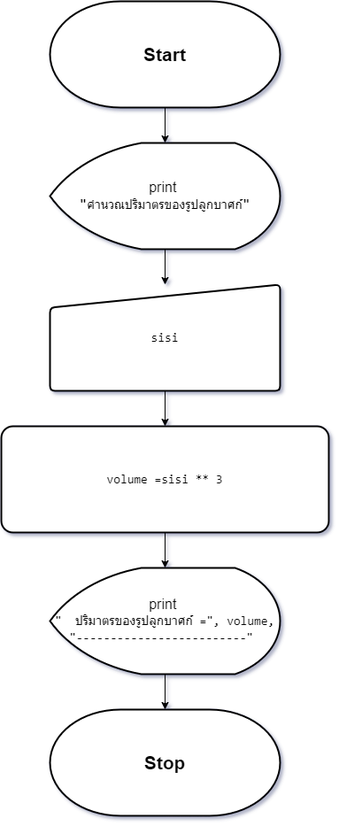
This is asset/F_png_file/sp_6.drawio.png from TeaplusSsuwan/Geometric_computation, a draw.io export, as it was before one commit. Source tidied: cells renumbered, new cells last; positions are measured from the earlier drawing's top-left corner, leaving out a move shared by most shapes.
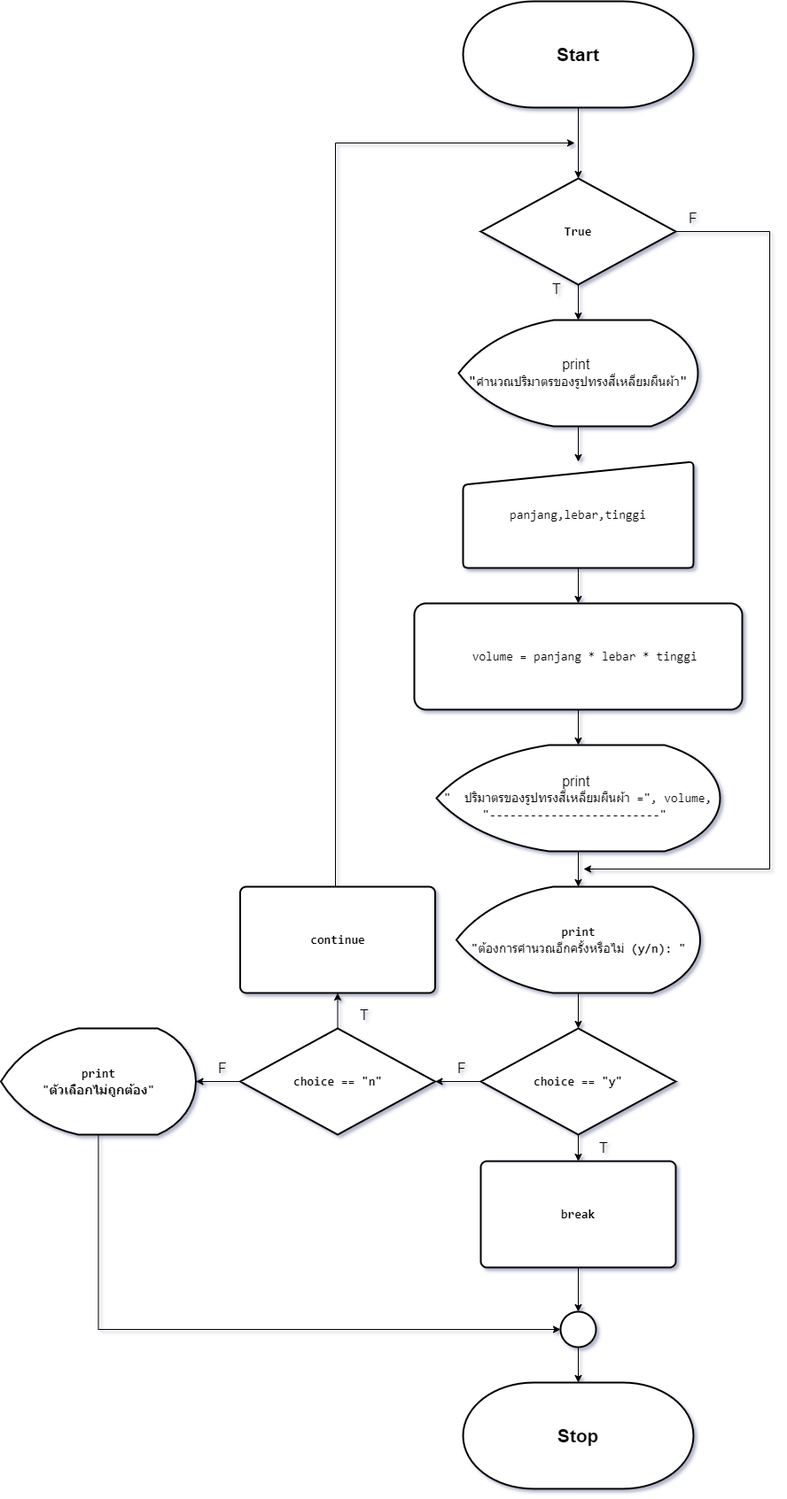
Above is the later version.

Diff of the diagram source:
```diff
@@ -2,38 +2,128 @@
   <root>
     <mxCell id="0" />
     <mxCell id="1" parent="0" />
+    <mxCell id="13" style="edgeStyle=orthogonalEdgeStyle;rounded=0;jettySize=auto;html=1;" parent="1" edge="1" source="2" target="16">
+      <mxGeometry relative="1" as="geometry" />
+    </mxCell>
     <mxCell id="2" value="&lt;font style=&quot;font-size: 21px;&quot;&gt;&lt;b&gt;Start&lt;/b&gt;&lt;/font&gt;" style="strokeWidth=2;html=1;shape=mxgraph.flowchart.terminator;whiteSpace=wrap;" parent="1" vertex="1">
       <mxGeometry x="55" width="260" height="120" as="geometry" />
     </mxCell>
     <mxCell id="3" style="edgeStyle=orthogonalEdgeStyle;rounded=0;jettySize=auto;html=1;entryX=0.5;entryY=0;entryDx=0;entryDy=0;" parent="1" edge="1" source="4" target="7">
       <mxGeometry relative="1" as="geometry" />
     </mxCell>
-    <mxCell id="4" value="&lt;font style=&quot;font-size: 16px;&quot;&gt;print&amp;nbsp;&lt;/font&gt;&lt;div&gt;&lt;span style=&quot;font-family: Consolas, &amp;quot;Courier New&amp;quot;, monospace; white-space: pre;&quot;&gt;&lt;font style=&quot;font-size: 16px;&quot;&gt;&quot;&lt;/font&gt;&lt;/span&gt;&lt;span style=&quot;font-family: Consolas, &amp;quot;Courier New&amp;quot;, monospace; font-size: 14px; white-space: pre;&quot;&gt;คำนวณปริมาตรของรูปลูกบาศก์&lt;/span&gt;&lt;span style=&quot;font-family: Consolas, &amp;quot;Courier New&amp;quot;, monospace; font-size: 16px; white-space: pre;&quot;&gt;&quot;&lt;/span&gt;&lt;br&gt;&lt;/div&gt;" style="strokeWidth=2;html=1;shape=mxgraph.flowchart.display;whiteSpace=wrap;" parent="1" vertex="1">
-      <mxGeometry x="55" y="160" width="260" height="120" as="geometry" />
+    <mxCell id="4" value="&lt;font style=&quot;font-size: 16px;&quot;&gt;print&amp;nbsp;&lt;/font&gt;&lt;div&gt;&lt;span style=&quot;font-family: Consolas, &amp;quot;Courier New&amp;quot;, monospace; white-space: pre;&quot;&gt;&lt;font style=&quot;font-size: 16px;&quot;&gt;&quot;&lt;/font&gt;&lt;/span&gt;&lt;span style=&quot;font-family: Consolas, &amp;quot;Courier New&amp;quot;, monospace; font-size: 14px; white-space: pre;&quot;&gt;คำนวณปริมาตรของรูปทรงสี่เหลี่ยมผืนผ้า&lt;/span&gt;&lt;span style=&quot;font-family: Consolas, &amp;quot;Courier New&amp;quot;, monospace; font-size: 16px; white-space: pre;&quot;&gt;&quot;&lt;/span&gt;&lt;br&gt;&lt;/div&gt;" style="strokeWidth=2;html=1;shape=mxgraph.flowchart.display;whiteSpace=wrap;" parent="1" vertex="1">
+      <mxGeometry x="50" y="360" width="270" height="120" as="geometry" />
     </mxCell>
-    <mxCell id="5" style="edgeStyle=orthogonalEdgeStyle;rounded=0;jettySize=auto;html=1;entryX=0.5;entryY=0;entryDx=0;entryDy=0;entryPerimeter=0;" parent="1" edge="1" source="2" target="4">
-      <mxGeometry relative="1" as="geometry" />
-    </mxCell>
     <mxCell id="6" style="edgeStyle=orthogonalEdgeStyle;rounded=0;jettySize=auto;html=1;" parent="1" edge="1" source="7" target="9">
       <mxGeometry relative="1" as="geometry" />
     </mxCell>
-    <mxCell id="7" value="&lt;div style=&quot;font-size: 16px;&quot;&gt;&lt;div style=&quot;font-family: Consolas, &amp;quot;Courier New&amp;quot;, monospace; font-size: 14px; line-height: 19px; white-space: pre;&quot;&gt;&lt;div style=&quot;line-height: 19px;&quot;&gt;&lt;div style=&quot;line-height: 19px;&quot;&gt;&lt;div style=&quot;line-height: 19px;&quot;&gt;&lt;div style=&quot;line-height: 19px;&quot;&gt;sisi&lt;/div&gt;&lt;/div&gt;&lt;/div&gt;&lt;/div&gt;&lt;/div&gt;&lt;/div&gt;" style="html=1;strokeWidth=2;shape=manualInput;whiteSpace=wrap;rounded=1;size=26;arcSize=11;" parent="1" vertex="1">
-      <mxGeometry x="55" y="320" width="260" height="120" as="geometry" />
+    <mxCell id="7" value="&lt;div style=&quot;font-size: 16px;&quot;&gt;&lt;div style=&quot;font-family: Consolas, &amp;quot;Courier New&amp;quot;, monospace; font-size: 14px; line-height: 19px; white-space: pre;&quot;&gt;&lt;div style=&quot;line-height: 19px;&quot;&gt;&lt;div style=&quot;line-height: 19px;&quot;&gt;&lt;div style=&quot;line-height: 19px;&quot;&gt;&lt;div style=&quot;line-height: 19px;&quot;&gt;&lt;div style=&quot;line-height: 19px;&quot;&gt;panjang,lebar,tinggi&lt;/div&gt;&lt;/div&gt;&lt;/div&gt;&lt;/div&gt;&lt;/div&gt;&lt;/div&gt;&lt;/div&gt;" style="html=1;strokeWidth=2;shape=manualInput;whiteSpace=wrap;rounded=1;size=26;arcSize=11;" parent="1" vertex="1">
+      <mxGeometry x="55" y="520" width="260" height="120" as="geometry" />
     </mxCell>
     <mxCell id="8" style="edgeStyle=orthogonalEdgeStyle;rounded=0;jettySize=auto;html=1;" parent="1" edge="1" source="9" target="11">
       <mxGeometry relative="1" as="geometry" />
     </mxCell>
-    <mxCell id="9" value="&lt;div style=&quot;font-family: Consolas, &amp;quot;Courier New&amp;quot;, monospace; font-size: 16px; line-height: 19px; white-space: pre;&quot;&gt;&lt;div style=&quot;font-size: 14px; line-height: 19px;&quot;&gt;&lt;div style=&quot;&quot;&gt;&lt;div style=&quot;line-height: 19px;&quot;&gt;&lt;div style=&quot;&quot;&gt;&lt;div style=&quot;line-height: 19px;&quot;&gt;&lt;div style=&quot;line-height: 19px;&quot;&gt;&lt;div style=&quot;&quot;&gt;&lt;div style=&quot;line-height: 19px;&quot;&gt;&lt;span style=&quot;background-color: rgb(255, 255, 255);&quot;&gt;volume =sisi ** 3&lt;/span&gt;&lt;/div&gt;&lt;/div&gt;&lt;/div&gt;&lt;/div&gt;&lt;/div&gt;&lt;/div&gt;&lt;/div&gt;&lt;/div&gt;&lt;/div&gt;" style="rounded=1;whiteSpace=wrap;html=1;strokeWidth=2;arcSize=11;" parent="1" vertex="1">
-      <mxGeometry y="480" width="370" height="120" as="geometry" />
+    <mxCell id="9" value="&lt;div style=&quot;font-family: Consolas, &amp;quot;Courier New&amp;quot;, monospace; font-size: 16px; line-height: 19px; white-space: pre;&quot;&gt;&lt;div style=&quot;font-size: 14px; line-height: 19px;&quot;&gt;&lt;div style=&quot;&quot;&gt;&lt;div style=&quot;line-height: 19px;&quot;&gt;&lt;div style=&quot;&quot;&gt;&lt;div style=&quot;line-height: 19px;&quot;&gt;&lt;div style=&quot;line-height: 19px;&quot;&gt;&lt;div style=&quot;&quot;&gt;&lt;div style=&quot;line-height: 19px;&quot;&gt;&lt;div style=&quot;line-height: 19px;&quot;&gt;&lt;div style=&quot;&quot;&gt;&amp;nbsp; volume = panjang * lebar * tinggi&lt;/div&gt;&lt;/div&gt;&lt;/div&gt;&lt;/div&gt;&lt;/div&gt;&lt;/div&gt;&lt;/div&gt;&lt;/div&gt;&lt;/div&gt;&lt;/div&gt;&lt;/div&gt;" style="rounded=1;whiteSpace=wrap;html=1;strokeWidth=2;arcSize=11;" parent="1" vertex="1">
+      <mxGeometry y="680" width="370" height="120" as="geometry" />
     </mxCell>
-    <mxCell id="10" style="edgeStyle=orthogonalEdgeStyle;rounded=0;jettySize=auto;html=1;" parent="1" edge="1" source="11" target="12">
-      <mxGeometry relative="1" as="geometry" />
-    </mxCell>
+    <mxCell id="14" style="edgeStyle=orthogonalEdgeStyle;rounded=0;jettySize=auto;html=1;" parent="1" edge="1" source="11" target="20">
+      <mxGeometry relative="1" as="geometry" />
+    </mxCell>
-    <mxCell id="11" value="&lt;font style=&quot;font-size: 16px;&quot;&gt;print&amp;nbsp;&lt;/font&gt;&lt;div&gt;&lt;div style=&quot;font-family: Consolas, &amp;quot;Courier New&amp;quot;, monospace; font-size: 14px; line-height: 19px; white-space: pre;&quot;&gt;&quot; &amp;nbsp;ปริมาตรของรูปลูกบาศก์ =&quot;, volume,&lt;br&gt;&lt;/div&gt;&lt;div style=&quot;font-family: Consolas, &amp;quot;Courier New&amp;quot;, monospace; font-size: 14px; line-height: 19px; white-space: pre;&quot;&gt;&quot;-------------------------&quot; &lt;/div&gt;&lt;/div&gt;" style="strokeWidth=2;html=1;shape=mxgraph.flowchart.display;whiteSpace=wrap;" parent="1" vertex="1">
-      <mxGeometry x="55" y="640" width="260" height="120" as="geometry" />
+    <mxCell id="11" value="&lt;font style=&quot;font-size: 16px;&quot;&gt;print&amp;nbsp;&lt;/font&gt;&lt;div&gt;&lt;div style=&quot;font-family: Consolas, &amp;quot;Courier New&amp;quot;, monospace; font-size: 14px; line-height: 19px; white-space: pre;&quot;&gt;&quot; &amp;nbsp;ปริมาตรของรูปทรงสี่เหลี่ยมผืนผ้า =&quot;, volume,&lt;br&gt;&lt;/div&gt;&lt;div style=&quot;font-family: Consolas, &amp;quot;Courier New&amp;quot;, monospace; font-size: 14px; line-height: 19px; white-space: pre;&quot;&gt;&quot;-------------------------&quot; &lt;/div&gt;&lt;/div&gt;" style="strokeWidth=2;html=1;shape=mxgraph.flowchart.display;whiteSpace=wrap;" parent="1" vertex="1">
+      <mxGeometry x="25" y="840" width="320" height="120" as="geometry" />
     </mxCell>
+    <mxCell id="15" style="edgeStyle=orthogonalEdgeStyle;rounded=0;jettySize=auto;html=1;" parent="1" edge="1" source="16" target="4">
+      <mxGeometry relative="1" as="geometry" />
+    </mxCell>
+    <mxCell id="16" value="&lt;div style=&quot;font-family: Consolas, &amp;quot;Courier New&amp;quot;, monospace; font-size: 14px; line-height: 19px; white-space: pre;&quot;&gt;&lt;span style=&quot;font-size: 14px;&quot;&gt;True&lt;/span&gt;&lt;/div&gt;" style="rhombus;whiteSpace=wrap;html=1;strokeWidth=2;labelBackgroundColor=none;fontColor=default;fontSize=14;fontStyle=1;" parent="1" vertex="1">
+      <mxGeometry x="75" y="200" width="220" height="120" as="geometry" />
+    </mxCell>
+    <mxCell id="17" value="T" style="text;html=1;align=center;verticalAlign=middle;whiteSpace=wrap;rounded=0;fontSize=16;" parent="1" vertex="1">
+      <mxGeometry x="131" y="310" width="60" height="30" as="geometry" />
+    </mxCell>
+    <mxCell id="18" value="F" style="text;html=1;align=center;verticalAlign=middle;whiteSpace=wrap;rounded=0;fontSize=16;" parent="1" vertex="1">
+      <mxGeometry x="285" y="230" width="60" height="30" as="geometry" />
+    </mxCell>
     <mxCell id="12" value="&lt;font style=&quot;font-size: 21px;&quot;&gt;&lt;b&gt;Stop&lt;/b&gt;&lt;/font&gt;" style="strokeWidth=2;html=1;shape=mxgraph.flowchart.terminator;whiteSpace=wrap;" parent="1" vertex="1">
-      <mxGeometry x="55" y="800" width="260" height="120" as="geometry" />
+      <mxGeometry x="55" y="1560" width="260" height="120" as="geometry" />
     </mxCell>
+    <mxCell id="19" style="edgeStyle=orthogonalEdgeStyle;rounded=0;jettySize=auto;html=1;labelBackgroundColor=none;fontColor=default;fontSize=14;fontStyle=1;" parent="1" edge="1" source="20" target="23">
+      <mxGeometry relative="1" as="geometry" />
+    </mxCell>
+    <mxCell id="20" value="&lt;div style=&quot;font-family: Consolas, &amp;quot;Courier New&amp;quot;, monospace; font-size: 14px; line-height: 19px; white-space: pre;&quot;&gt;&lt;div style=&quot;line-height: 19px; font-size: 14px;&quot;&gt;&lt;span style=&quot;font-size: 14px;&quot;&gt;print&lt;/span&gt;&lt;/div&gt;&lt;/div&gt;&lt;div style=&quot;font-family: Consolas, &amp;quot;Courier New&amp;quot;, monospace; font-size: 14px; line-height: 19px; white-space: pre;&quot;&gt;&lt;div style=&quot;line-height: 19px; font-size: 14px;&quot;&gt;&lt;span style=&quot;font-size: 14px;&quot;&gt;&quot;&lt;/span&gt;&lt;span style=&quot;font-weight: normal;&quot;&gt;ต้องการคำนวณอีกครั้งหรือไม่&lt;/span&gt;&lt;span style=&quot;background-color: initial;&quot;&gt; (y/n): &quot;&lt;/span&gt;&lt;br&gt;&lt;/div&gt;&lt;/div&gt;" style="strokeWidth=2;html=1;shape=mxgraph.flowchart.display;whiteSpace=wrap;labelBackgroundColor=none;fontColor=default;fontSize=14;fontStyle=1;" parent="1" vertex="1">
+      <mxGeometry x="47.5" y="1000" width="275" height="120" as="geometry" />
+    </mxCell>
+    <mxCell id="21" style="edgeStyle=orthogonalEdgeStyle;rounded=0;jettySize=auto;html=1;labelBackgroundColor=none;fontColor=default;fontSize=14;fontStyle=1;" parent="1" edge="1" source="23" target="26">
+      <mxGeometry relative="1" as="geometry" />
+    </mxCell>
+    <mxCell id="22" style="edgeStyle=orthogonalEdgeStyle;rounded=0;jettySize=auto;html=1;labelBackgroundColor=none;fontColor=default;fontSize=14;fontStyle=1;" parent="1" edge="1" source="23" target="30">
+      <mxGeometry relative="1" as="geometry" />
+    </mxCell>
+    <mxCell id="23" value="&lt;div style=&quot;font-family: Consolas, &amp;quot;Courier New&amp;quot;, monospace; font-size: 14px; line-height: 19px; white-space: pre;&quot;&gt;&lt;span style=&quot;font-size: 14px;&quot;&gt;choice &lt;/span&gt;== &lt;span style=&quot;font-size: 14px;&quot;&gt;&quot;y&quot;&lt;/span&gt;&lt;/div&gt;" style="rhombus;whiteSpace=wrap;html=1;strokeWidth=2;labelBackgroundColor=none;fontColor=default;fontSize=14;fontStyle=1;" parent="1" vertex="1">
+      <mxGeometry x="75" y="1160" width="220" height="120" as="geometry" />
+    </mxCell>
+    <mxCell id="24" style="edgeStyle=orthogonalEdgeStyle;rounded=0;jettySize=auto;html=1;labelBackgroundColor=none;fontColor=default;fontSize=14;fontStyle=1;" parent="1" edge="1" source="26" target="28">
+      <mxGeometry relative="1" as="geometry" />
+    </mxCell>
+    <mxCell id="25" style="edgeStyle=orthogonalEdgeStyle;rounded=0;jettySize=auto;html=1;labelBackgroundColor=none;fontColor=default;fontSize=14;fontStyle=1;" parent="1" edge="1" source="26" target="32">
+      <mxGeometry relative="1" as="geometry" />
+    </mxCell>
+    <mxCell id="26" value="&lt;div style=&quot;font-family: Consolas, &amp;quot;Courier New&amp;quot;, monospace; font-size: 14px; line-height: 19px; white-space: pre;&quot;&gt;&lt;span style=&quot;font-size: 14px;&quot;&gt;choice &lt;/span&gt;== &lt;span style=&quot;font-size: 14px;&quot;&gt;&quot;&lt;/span&gt;&lt;span style=&quot;font-size: 14px;&quot;&gt;n&lt;/span&gt;&lt;span style=&quot;font-size: 14px;&quot;&gt;&quot;&lt;/span&gt;&lt;br style=&quot;font-size: 14px;&quot;&gt;&lt;/div&gt;" style="rhombus;whiteSpace=wrap;html=1;strokeWidth=2;labelBackgroundColor=none;fontColor=default;fontSize=14;fontStyle=1;" parent="1" vertex="1">
+      <mxGeometry x="-196.5" y="1160" width="220" height="120" as="geometry" />
+    </mxCell>
+    <mxCell id="27" style="edgeStyle=orthogonalEdgeStyle;rounded=0;jettySize=auto;html=1;entryX=0;entryY=0.5;entryDx=0;entryDy=0;" parent="1" edge="1" source="28" target="38">
+      <mxGeometry relative="1" as="geometry">
+        <Array as="points">
+          <mxPoint x="-356.5" y="1500" />
+        </Array>
+      </mxGeometry>
+    </mxCell>
+    <mxCell id="28" value="&lt;div style=&quot;font-family: Consolas, &amp;quot;Courier New&amp;quot;, monospace; font-size: 14px; line-height: 19px; white-space: pre;&quot;&gt;&lt;div style=&quot;line-height: 19px; font-size: 14px;&quot;&gt;&lt;span style=&quot;font-size: 14px;&quot;&gt;print&lt;/span&gt;&lt;/div&gt;&lt;/div&gt;&lt;div style=&quot;font-family: Consolas, &amp;quot;Courier New&amp;quot;, monospace; font-size: 14px; line-height: 19px; white-space: pre;&quot;&gt;&lt;span style=&quot;font-size: 14px;&quot;&gt;&quot;&lt;/span&gt;&lt;span style=&quot;font-size: 14px;&quot;&gt;ตัวเลือกไม่ถูกต้อง&lt;/span&gt;&lt;span style=&quot;font-size: 14px;&quot;&gt;&quot;&lt;/span&gt;&lt;br style=&quot;font-size: 14px;&quot;&gt;&lt;/div&gt;" style="strokeWidth=2;html=1;shape=mxgraph.flowchart.display;whiteSpace=wrap;labelBackgroundColor=none;fontColor=default;fontSize=14;fontStyle=1;" parent="1" vertex="1">
+      <mxGeometry x="-466.5" y="1160" width="220" height="120" as="geometry" />
+    </mxCell>
+    <mxCell id="29" style="edgeStyle=orthogonalEdgeStyle;rounded=0;jettySize=auto;html=1;" parent="1" edge="1" source="30" target="38">
+      <mxGeometry relative="1" as="geometry" />
+    </mxCell>
+    <mxCell id="30" value="&lt;div style=&quot;font-family: Consolas, &amp;quot;Courier New&amp;quot;, monospace; font-size: 14px; line-height: 19px; white-space: pre;&quot;&gt;&lt;span style=&quot;font-size: 14px;&quot;&gt;break&lt;/span&gt;&lt;/div&gt;" style="rounded=1;whiteSpace=wrap;html=1;absoluteArcSize=1;arcSize=14;strokeWidth=2;labelBackgroundColor=none;fontColor=default;fontSize=14;fontStyle=1;" parent="1" vertex="1">
+      <mxGeometry x="75" y="1310" width="220" height="120" as="geometry" />
+    </mxCell>
+    <mxCell id="31" style="edgeStyle=orthogonalEdgeStyle;rounded=0;jettySize=auto;html=1;" parent="1" edge="1" source="32">
+      <mxGeometry relative="1" as="geometry">
+        <mxPoint x="181" y="160" as="targetPoint" />
+        <Array as="points">
+          <mxPoint x="-89" y="160" />
+        </Array>
+      </mxGeometry>
+    </mxCell>
+    <mxCell id="32" value="&lt;div style=&quot;font-family: Consolas, &amp;quot;Courier New&amp;quot;, monospace; font-size: 14px; line-height: 19px; white-space: pre;&quot;&gt;&lt;div style=&quot;line-height: 19px; font-size: 14px;&quot;&gt;&lt;span style=&quot;font-size: 14px;&quot;&gt;continue&lt;/span&gt;&lt;/div&gt;&lt;/div&gt;" style="rounded=1;whiteSpace=wrap;html=1;absoluteArcSize=1;arcSize=14;strokeWidth=2;labelBackgroundColor=none;fontColor=default;fontSize=14;fontStyle=1;" parent="1" vertex="1">
+      <mxGeometry x="-196.5" y="1000" width="220" height="120" as="geometry" />
+    </mxCell>
+    <mxCell id="33" value="T" style="text;html=1;align=center;verticalAlign=middle;whiteSpace=wrap;rounded=0;fontSize=16;" parent="1" vertex="1">
+      <mxGeometry x="183.5" y="1280" width="60" height="30" as="geometry" />
+    </mxCell>
+    <mxCell id="34" value="T" style="text;html=1;align=center;verticalAlign=middle;whiteSpace=wrap;rounded=0;fontSize=16;" parent="1" vertex="1">
+      <mxGeometry x="-86.5" y="1130" width="60" height="30" as="geometry" />
+    </mxCell>
+    <mxCell id="35" value="F" style="text;html=1;align=center;verticalAlign=middle;whiteSpace=wrap;rounded=0;fontSize=16;" parent="1" vertex="1">
+      <mxGeometry x="23.5" y="1190" width="60" height="30" as="geometry" />
+    </mxCell>
+    <mxCell id="36" value="F" style="text;html=1;align=center;verticalAlign=middle;whiteSpace=wrap;rounded=0;fontSize=16;" parent="1" vertex="1">
+      <mxGeometry x="-246.5" y="1190" width="60" height="30" as="geometry" />
+    </mxCell>
+    <mxCell id="37" style="edgeStyle=orthogonalEdgeStyle;rounded=0;jettySize=auto;html=1;" parent="1" edge="1" source="38" target="12">
+      <mxGeometry relative="1" as="geometry" />
+    </mxCell>
+    <mxCell id="38" style="ellipse;whiteSpace=wrap;html=1;strokeWidth=2;labelBackgroundColor=none;fontColor=default;fontSize=14;fontStyle=1;" parent="1" vertex="1">
+      <mxGeometry x="165" y="1480" width="40" height="40" as="geometry" />
+    </mxCell>
+    <mxCell id="39" style="edgeStyle=orthogonalEdgeStyle;rounded=0;jettySize=auto;html=1;" parent="1" edge="1" source="16">
+      <mxGeometry relative="1" as="geometry">
+        <mxPoint x="191" y="980" as="targetPoint" />
+        <Array as="points">
+          <mxPoint x="401" y="260" />
+          <mxPoint x="401" y="980" />
+        </Array>
+      </mxGeometry>
+    </mxCell>
   </root>
 </mxGraphModel>
```
